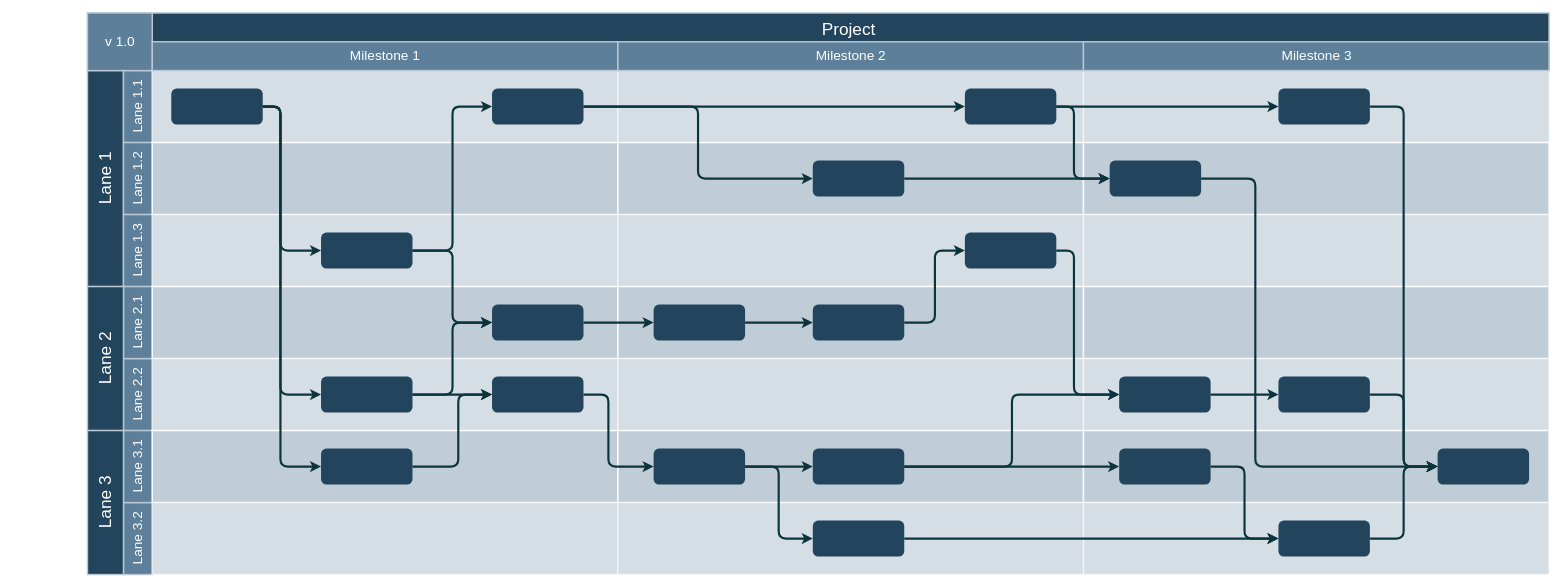
Above: 未命名圖表.drawio in s26849/test (draw.io), before the change. Source tidied: cells renumbered, new cells numbered last; positions are measured from the earlier drawing's top-left corner, leaving out a move shared by most shapes. Both pictures are drawn from the tidied source at 72%, with x=0, y=0 at pixel (87, 12).
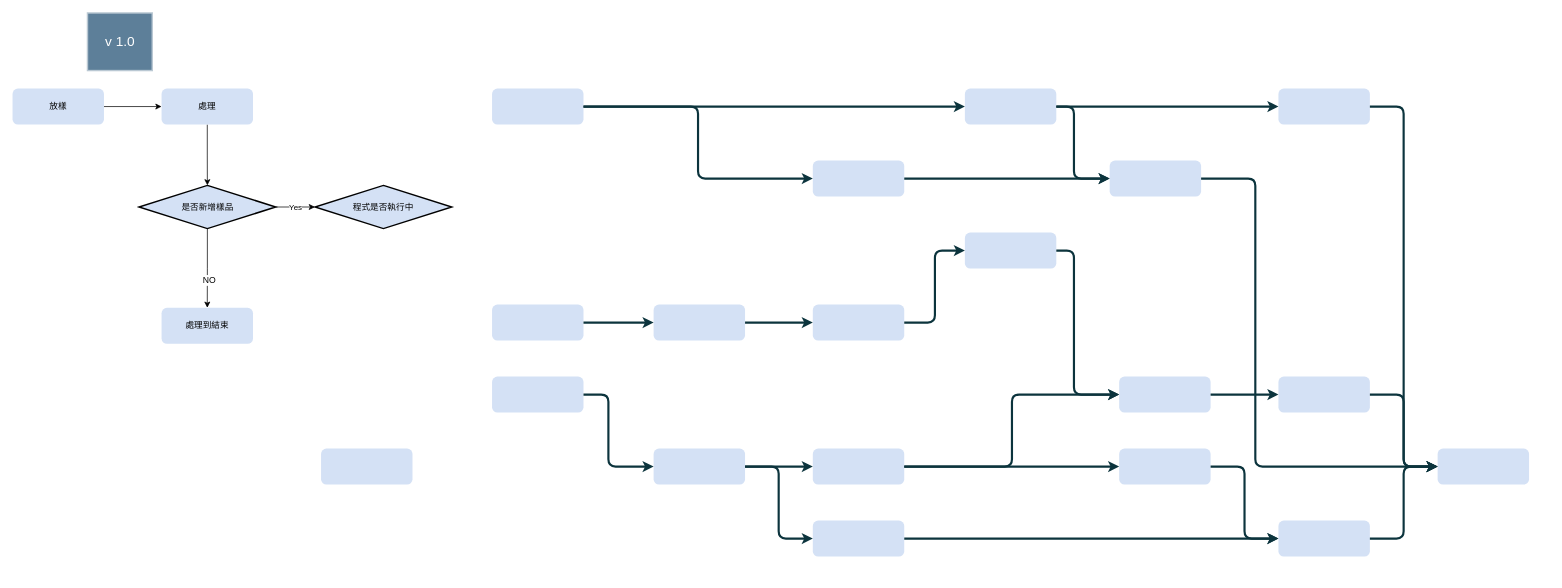
Above is the later version.

Diff of the diagram source:
```diff
@@
-    <mxCell id="2" value="Project&#10;" style="strokeColor=#BAC8D3;fillColor=#23445D;fontSize=24;strokeWidth=2;fontFamily=Helvetica;html=1;fontColor=#FFFFFF;fontStyle=0;spacingBottom=8;spacingRight=0;spacingLeft=83;" parent="1" vertex="1">
-      <mxGeometry y="0.5" width="2030" height="80" as="geometry" />
-    </mxCell>
-    <mxCell id="3" value="Lane 1" style="strokeColor=#BAC8D3;fillColor=#23445D;fontSize=24;strokeWidth=2;horizontal=0;fontFamily=Helvetica;html=1;fontColor=#FFFFFF;fontStyle=0;" parent="1" vertex="1">
-      <mxGeometry y="80.5" width="50" height="300" as="geometry" />
-    </mxCell>
-    <mxCell id="4" value="Lane 1.1" style="strokeColor=#BAC8D3;fillColor=#5d7f99;fontSize=19;strokeWidth=2;horizontal=0;fontFamily=Helvetica;html=1;labelBackgroundColor=none;fontColor=#FFFFFF;" parent="1" vertex="1">
-      <mxGeometry x="50" y="80.5" width="40" height="100" as="geometry" />
-    </mxCell>
@@
-    <mxCell id="6" value="Lane 1.2" style="strokeColor=#BAC8D3;fillColor=#5d7f99;fontSize=19;strokeWidth=2;horizontal=0;fontFamily=Helvetica;html=1;labelBackgroundColor=none;fontColor=#FFFFFF;" parent="1" vertex="1">
-      <mxGeometry x="50" y="180.5" width="40" height="100" as="geometry" />
-    </mxCell>
-    <mxCell id="7" value="Lane 1.3" style="strokeColor=#BAC8D3;fillColor=#5d7f99;fontSize=19;strokeWidth=2;horizontal=0;fontFamily=Helvetica;html=1;labelBackgroundColor=none;fontColor=#FFFFFF;" parent="1" vertex="1">
-      <mxGeometry x="50" y="280.5" width="40" height="100" as="geometry" />
-    </mxCell>
-    <mxCell id="8" value="Lane 2.2" style="strokeColor=#BAC8D3;fillColor=#5d7f99;fontSize=19;strokeWidth=2;horizontal=0;fontFamily=Helvetica;html=1;labelBackgroundColor=none;fontColor=#FFFFFF;" parent="1" vertex="1">
-      <mxGeometry x="50" y="480.5" width="40" height="100" as="geometry" />
-    </mxCell>
-    <mxCell id="9" value="Lane 2.1" style="strokeColor=#BAC8D3;fillColor=#5d7f99;fontSize=19;strokeWidth=2;horizontal=0;fontFamily=Helvetica;html=1;labelBackgroundColor=none;fontColor=#FFFFFF;" parent="1" vertex="1">
-      <mxGeometry x="50" y="380.5" width="40" height="100" as="geometry" />
-    </mxCell>
-    <mxCell id="10" value="Lane 2" style="strokeColor=#BAC8D3;fillColor=#23445D;fontSize=24;strokeWidth=2;horizontal=0;fontFamily=Helvetica;html=1;fontColor=#FFFFFF;fontStyle=0;" parent="1" vertex="1">
-      <mxGeometry y="380.5" width="50" height="200" as="geometry" />
-    </mxCell>
-    <mxCell id="11" value="Lane 3.2" style="strokeColor=#BAC8D3;fillColor=#5d7f99;fontSize=19;strokeWidth=2;horizontal=0;fontFamily=Helvetica;html=1;labelBackgroundColor=none;fontColor=#FFFFFF;" parent="1" vertex="1">
-      <mxGeometry x="50" y="680.5" width="40" height="100" as="geometry" />
-    </mxCell>
-    <mxCell id="12" value="Lane 3.1" style="strokeColor=#BAC8D3;fillColor=#5d7f99;fontSize=19;strokeWidth=2;horizontal=0;fontFamily=Helvetica;html=1;labelBackgroundColor=none;fontColor=#FFFFFF;" parent="1" vertex="1">
-      <mxGeometry x="50" y="580.5" width="40" height="100" as="geometry" />
-    </mxCell>
-    <mxCell id="13" value="Lane 3" style="strokeColor=#BAC8D3;fillColor=#23445D;fontSize=24;strokeWidth=2;horizontal=0;fontFamily=Helvetica;html=1;fontColor=#FFFFFF;fontStyle=0;" parent="1" vertex="1">
-      <mxGeometry y="580.5" width="50" height="200" as="geometry" />
-    </mxCell>
-    <mxCell id="14" style="strokeColor=#FFFFFF;fillColor=#BAC8D3;fontSize=18;strokeWidth=2;fontFamily=Helvetica;html=1;opacity=60;" parent="1" vertex="1">
-      <mxGeometry x="90" y="80.5" width="646.7" height="100" as="geometry" />
-    </mxCell>
-    <mxCell id="15" style="strokeColor=#FFFFFF;fillColor=#BAC8D3;fontSize=18;strokeWidth=2;fontFamily=Helvetica;html=1;opacity=90;" parent="1" vertex="1">
-      <mxGeometry x="90" y="180.5" width="646.7" height="100" as="geometry" />
-    </mxCell>
-    <mxCell id="16" style="strokeColor=#FFFFFF;fillColor=#BAC8D3;fontSize=18;strokeWidth=2;fontFamily=Helvetica;html=1;opacity=60;" parent="1" vertex="1">
-      <mxGeometry x="90" y="280.5" width="646.7" height="100" as="geometry" />
-    </mxCell>
-    <mxCell id="17" style="strokeColor=#FFFFFF;fillColor=#BAC8D3;fontSize=18;strokeWidth=2;fontFamily=Helvetica;html=1;opacity=90;" parent="1" vertex="1">
-      <mxGeometry x="90" y="380.5" width="646.7" height="100" as="geometry" />
-    </mxCell>
-    <mxCell id="18" style="strokeColor=#FFFFFF;fillColor=#BAC8D3;fontSize=18;strokeWidth=2;fontFamily=Helvetica;html=1;opacity=60;" parent="1" vertex="1">
-      <mxGeometry x="90" y="480.5" width="646.7" height="100" as="geometry" />
-    </mxCell>
-    <mxCell id="19" style="strokeColor=#FFFFFF;fillColor=#BAC8D3;fontSize=18;strokeWidth=2;fontFamily=Helvetica;html=1;opacity=90;" parent="1" vertex="1">
-      <mxGeometry x="90" y="580.5" width="646.7" height="100" as="geometry" />
-    </mxCell>
-    <mxCell id="20" style="strokeColor=#FFFFFF;fillColor=#BAC8D3;fontSize=18;strokeWidth=2;fontFamily=Helvetica;html=1;opacity=60;" parent="1" vertex="1">
-      <mxGeometry x="90" y="680.5" width="646.7" height="100" as="geometry" />
-    </mxCell>
-    <mxCell id="21" style="strokeColor=#FFFFFF;fillColor=#BAC8D3;fontSize=18;strokeWidth=2;fontFamily=Helvetica;html=1;opacity=60;" parent="1" vertex="1">
-      <mxGeometry x="736.7" y="80.5" width="647" height="100" as="geometry" />
-    </mxCell>
-    <mxCell id="22" style="strokeColor=#FFFFFF;fillColor=#BAC8D3;fontSize=18;strokeWidth=2;fontFamily=Helvetica;html=1;opacity=90;" parent="1" vertex="1">
-      <mxGeometry x="736.7" y="180.5" width="646.7" height="100" as="geometry" />
-    </mxCell>
-    <mxCell id="23" style="strokeColor=#FFFFFF;fillColor=#BAC8D3;fontSize=18;strokeWidth=2;fontFamily=Helvetica;html=1;opacity=60;" parent="1" vertex="1">
-      <mxGeometry x="736.7" y="280.5" width="646.7" height="100" as="geometry" />
-    </mxCell>
-    <mxCell id="24" style="strokeColor=#FFFFFF;fillColor=#BAC8D3;fontSize=18;strokeWidth=2;fontFamily=Helvetica;html=1;opacity=90;" parent="1" vertex="1">
-      <mxGeometry x="736.7" y="380.5" width="646.7" height="100" as="geometry" />
-    </mxCell>
-    <mxCell id="25" style="strokeColor=#FFFFFF;fillColor=#BAC8D3;fontSize=18;strokeWidth=2;fontFamily=Helvetica;html=1;opacity=60;" parent="1" vertex="1">
-      <mxGeometry x="736.7" y="480.5" width="646.7" height="100" as="geometry" />
-    </mxCell>
-    <mxCell id="26" style="strokeColor=#FFFFFF;fillColor=#BAC8D3;fontSize=18;strokeWidth=2;fontFamily=Helvetica;html=1;opacity=90;" parent="1" vertex="1">
-      <mxGeometry x="736.7" y="580.5" width="646.7" height="100" as="geometry" />
-    </mxCell>
-    <mxCell id="27" style="strokeColor=#FFFFFF;fillColor=#BAC8D3;fontSize=18;strokeWidth=2;fontFamily=Helvetica;html=1;opacity=60;fontStyle=4;" parent="1" vertex="1">
-      <mxGeometry x="736.7" y="680.5" width="646.7" height="100" as="geometry" />
-    </mxCell>
-    <mxCell id="28" style="strokeColor=#FFFFFF;fillColor=#BAC8D3;fontSize=18;strokeWidth=2;fontFamily=Helvetica;html=1;opacity=60;" parent="1" vertex="1">
-      <mxGeometry x="1383.3" y="80.5" width="647" height="100" as="geometry" />
-    </mxCell>
-    <mxCell id="29" style="strokeColor=#FFFFFF;fillColor=#BAC8D3;fontSize=18;strokeWidth=2;fontFamily=Helvetica;html=1;opacity=90;" parent="1" vertex="1">
-      <mxGeometry x="1383.3" y="180.5" width="646.7" height="100" as="geometry" />
-    </mxCell>
-    <mxCell id="30" style="strokeColor=#FFFFFF;fillColor=#BAC8D3;fontSize=18;strokeWidth=2;fontFamily=Helvetica;html=1;opacity=60;" parent="1" vertex="1">
-      <mxGeometry x="1383.3" y="280.5" width="646.7" height="100" as="geometry" />
-    </mxCell>
-    <mxCell id="31" style="strokeColor=#FFFFFF;fillColor=#BAC8D3;fontSize=18;strokeWidth=2;fontFamily=Helvetica;html=1;opacity=90;" parent="1" vertex="1">
-      <mxGeometry x="1383.3" y="380.5" width="646.7" height="100" as="geometry" />
-    </mxCell>
-    <mxCell id="32" style="strokeColor=#FFFFFF;fillColor=#BAC8D3;fontSize=18;strokeWidth=2;fontFamily=Helvetica;html=1;opacity=60;" parent="1" vertex="1">
-      <mxGeometry x="1383.3" y="480.5" width="646.7" height="100" as="geometry" />
-    </mxCell>
-    <mxCell id="33" style="strokeColor=#FFFFFF;fillColor=#BAC8D3;fontSize=18;strokeWidth=2;fontFamily=Helvetica;html=1;opacity=90;" parent="1" vertex="1">
-      <mxGeometry x="1383.3" y="580.5" width="646.7" height="100" as="geometry" />
-    </mxCell>
-    <mxCell id="34" style="strokeColor=#FFFFFF;fillColor=#BAC8D3;fontSize=18;strokeWidth=2;fontFamily=Helvetica;html=1;opacity=60;fontStyle=4;" parent="1" vertex="1">
-      <mxGeometry x="1383.3" y="680.5" width="646.7" height="100" as="geometry" />
-    </mxCell>
-    <mxCell id="35" style="edgeStyle=orthogonalEdgeStyle;rounded=1;jumpStyle=none;html=1;exitX=1;exitY=0.5;entryX=0;entryY=0.5;labelBackgroundColor=#ffffff;startArrow=none;startFill=0;endArrow=classic;jettySize=auto;strokeColor=#0C343D;strokeWidth=3;fontFamily=Helvetica;fontSize=11;fontColor=#000000;" parent="1" edge="1" source="36" target="38">
-      <mxGeometry relative="1" as="geometry">
-        <Array as="points">
-          <mxPoint x="268" y="130.5" />
-          <mxPoint x="268" y="330.5" />
-        </Array>
-      </mxGeometry>
-    </mxCell>
-    <mxCell id="36" style="rounded=1;fillColor=#23445D;strokeColor=none;strokeWidth=2;fontFamily=Helvetica;html=1;gradientColor=none;" parent="1" vertex="1">
-      <mxGeometry x="116.4" y="105.5" width="127" height="50" as="geometry" />
-    </mxCell>
-    <mxCell id="37" style="rounded=1;fillColor=#23445D;strokeColor=none;strokeWidth=2;fontFamily=Helvetica;html=1;gradientColor=none;" parent="1" vertex="1">
+    <mxCell id="37" style="rounded=1;fillColor=#D4E1F5;strokeColor=none;strokeWidth=2;fontFamily=Helvetica;html=1;gradientColor=none;" parent="1" vertex="1">
       <mxGeometry x="561.9" y="105.5" width="127" height="50" as="geometry" />
     </mxCell>
-    <mxCell id="38" style="rounded=1;fillColor=#23445D;strokeColor=none;strokeWidth=2;fontFamily=Helvetica;html=1;gradientColor=none;" parent="1" vertex="1">
-      <mxGeometry x="324.4" y="305.5" width="127" height="50" as="geometry" />
+    <mxCell id="38" value="處理到結束" style="rounded=1;fillColor=#D4E1F5;strokeColor=none;strokeWidth=2;fontFamily=Helvetica;html=1;gradientColor=none;" parent="1" vertex="1">
+      <mxGeometry x="102.9" y="410" width="127" height="50" as="geometry" />
     </mxCell>
-    <mxCell id="39" style="rounded=1;fillColor=#23445D;strokeColor=none;strokeWidth=2;fontFamily=Helvetica;html=1;gradientColor=none;" parent="1" vertex="1">
+    <mxCell id="39" style="rounded=1;fillColor=#D4E1F5;strokeColor=none;strokeWidth=2;fontFamily=Helvetica;html=1;gradientColor=none;" parent="1" vertex="1">
       <mxGeometry x="561.9" y="405.5" width="127" height="50" as="geometry" />
     </mxCell>
-    <mxCell id="40" style="rounded=1;fillColor=#23445D;strokeColor=none;strokeWidth=2;fontFamily=Helvetica;html=1;gradientColor=none;" parent="1" vertex="1">
+    <mxCell id="40" style="rounded=1;fillColor=#D4E1F5;strokeColor=none;strokeWidth=2;fontFamily=Helvetica;html=1;gradientColor=none;" parent="1" vertex="1">
       <mxGeometry x="561.9" y="505.5" width="127" height="50" as="geometry" />
     </mxCell>
-    <mxCell id="41" style="rounded=1;fillColor=#23445D;strokeColor=none;strokeWidth=2;fontFamily=Helvetica;html=1;gradientColor=none;" parent="1" vertex="1">
+    <mxCell id="41" style="rounded=1;fillColor=#D4E1F5;strokeColor=none;strokeWidth=2;fontFamily=Helvetica;html=1;gradientColor=none;" parent="1" vertex="1">
       <mxGeometry x="324.4" y="605.5" width="127" height="50" as="geometry" />
     </mxCell>
-    <mxCell id="42" style="rounded=1;fillColor=#23445D;strokeColor=none;strokeWidth=2;fontFamily=Helvetica;html=1;gradientColor=none;" parent="1" vertex="1">
-      <mxGeometry x="324.4" y="505.5" width="127" height="50" as="geometry" />
-    </mxCell>
-    <mxCell id="43" style="rounded=1;fillColor=#23445D;strokeColor=none;strokeWidth=2;fontFamily=Helvetica;html=1;gradientColor=none;" parent="1" vertex="1">
+    <mxCell id="43" style="rounded=1;fillColor=#D4E1F5;strokeColor=none;strokeWidth=2;fontFamily=Helvetica;html=1;gradientColor=none;" parent="1" vertex="1">
       <mxGeometry x="1007.4" y="205.5" width="127" height="50" as="geometry" />
     </mxCell>
-    <mxCell id="44" style="rounded=1;fillColor=#23445D;strokeColor=none;strokeWidth=2;fontFamily=Helvetica;html=1;gradientColor=none;" parent="1" vertex="1">
+    <mxCell id="44" style="rounded=1;fillColor=#D4E1F5;strokeColor=none;strokeWidth=2;fontFamily=Helvetica;html=1;gradientColor=none;" parent="1" vertex="1">
       <mxGeometry x="1218.6" y="105.5" width="127" height="50" as="geometry" />
     </mxCell>
-    <mxCell id="45" style="rounded=1;fillColor=#23445D;strokeColor=none;strokeWidth=2;gradientColor=none;fontFamily=Helvetica;html=1;" parent="1" vertex="1">
+    <mxCell id="45" style="rounded=1;fillColor=#D4E1F5;strokeColor=none;strokeWidth=2;gradientColor=none;fontFamily=Helvetica;html=1;" parent="1" vertex="1">
       <mxGeometry x="1875.2" y="605.5" width="127" height="50" as="geometry" />
     </mxCell>
-    <mxCell id="46" style="rounded=1;fillColor=#23445D;strokeColor=none;strokeWidth=2;fontFamily=Helvetica;html=1;gradientColor=none;" parent="1" vertex="1">
+    <mxCell id="46" style="rounded=1;fillColor=#D4E1F5;strokeColor=none;strokeWidth=2;fontFamily=Helvetica;html=1;gradientColor=none;" parent="1" vertex="1">
       <mxGeometry x="1007.4" y="405.5" width="127" height="50" as="geometry" />
     </mxCell>
-    <mxCell id="47" style="rounded=1;fillColor=#23445D;strokeColor=none;strokeWidth=2;fontFamily=Helvetica;html=1;gradientColor=none;" parent="1" vertex="1">
+    <mxCell id="47" style="rounded=1;fillColor=#D4E1F5;strokeColor=none;strokeWidth=2;fontFamily=Helvetica;html=1;gradientColor=none;" parent="1" vertex="1">
       <mxGeometry x="1007.4" y="705.5" width="127" height="50" as="geometry" />
     </mxCell>
-    <mxCell id="48" style="rounded=1;fillColor=#23445D;strokeColor=none;strokeWidth=2;fontFamily=Helvetica;html=1;gradientColor=none;" parent="1" vertex="1">
+    <mxCell id="48" style="rounded=1;fillColor=#D4E1F5;strokeColor=none;strokeWidth=2;fontFamily=Helvetica;html=1;gradientColor=none;" parent="1" vertex="1">
       <mxGeometry x="786.3" y="605.5" width="127" height="50" as="geometry" />
     </mxCell>
-    <mxCell id="49" style="rounded=1;fillColor=#23445D;strokeColor=none;strokeWidth=2;fontFamily=Helvetica;html=1;gradientColor=none;" parent="1" vertex="1">
+    <mxCell id="49" style="rounded=1;fillColor=#D4E1F5;strokeColor=none;strokeWidth=2;fontFamily=Helvetica;html=1;gradientColor=none;" parent="1" vertex="1">
       <mxGeometry x="1007.4" y="605.5" width="127" height="50" as="geometry" />
     </mxCell>
-    <mxCell id="50" style="rounded=1;fillColor=#23445D;strokeColor=none;strokeWidth=2;fontFamily=Helvetica;html=1;gradientColor=none;" parent="1" vertex="1">
+    <mxCell id="50" style="rounded=1;fillColor=#D4E1F5;strokeColor=none;strokeWidth=2;fontFamily=Helvetica;html=1;gradientColor=none;" parent="1" vertex="1">
       <mxGeometry x="786.3" y="405.5" width="127" height="50" as="geometry" />
     </mxCell>
-    <mxCell id="51" style="rounded=1;fillColor=#23445D;strokeColor=none;strokeWidth=2;fontFamily=Helvetica;html=1;gradientColor=none;" parent="1" vertex="1">
+    <mxCell id="51" style="rounded=1;fillColor=#D4E1F5;strokeColor=none;strokeWidth=2;fontFamily=Helvetica;html=1;gradientColor=none;" parent="1" vertex="1">
       <mxGeometry x="1218.6" y="305.5" width="127" height="50" as="geometry" />
     </mxCell>
-    <mxCell id="52" style="rounded=1;fillColor=#23445D;strokeColor=none;strokeWidth=2;gradientColor=none;fontFamily=Helvetica;html=1;" parent="1" vertex="1">
+    <mxCell id="52" style="rounded=1;fillColor=#D4E1F5;strokeColor=none;strokeWidth=2;gradientColor=none;fontFamily=Helvetica;html=1;" parent="1" vertex="1">
       <mxGeometry x="1432.9" y="505.5" width="127" height="50" as="geometry" />
     </mxCell>
-    <mxCell id="53" style="rounded=1;fillColor=#23445D;strokeColor=none;strokeWidth=2;gradientColor=none;fontFamily=Helvetica;html=1;" parent="1" vertex="1">
+    <mxCell id="53" style="rounded=1;fillColor=#D4E1F5;strokeColor=none;strokeWidth=2;gradientColor=none;fontFamily=Helvetica;html=1;" parent="1" vertex="1">
       <mxGeometry x="1654.1" y="505.5" width="127" height="50" as="geometry" />
     </mxCell>
-    <mxCell id="54" style="rounded=1;fillColor=#23445D;strokeColor=none;strokeWidth=2;gradientColor=none;fontFamily=Helvetica;html=1;" parent="1" vertex="1">
+    <mxCell id="54" style="rounded=1;fillColor=#D4E1F5;strokeColor=none;strokeWidth=2;gradientColor=none;fontFamily=Helvetica;html=1;" parent="1" vertex="1">
       <mxGeometry x="1419.7" y="205.5" width="127" height="50" as="geometry" />
     </mxCell>
-    <mxCell id="55" style="rounded=1;fillColor=#23445D;strokeColor=none;strokeWidth=2;gradientColor=none;fontFamily=Helvetica;html=1;" parent="1" vertex="1">
+    <mxCell id="55" style="rounded=1;fillColor=#D4E1F5;strokeColor=none;strokeWidth=2;gradientColor=none;fontFamily=Helvetica;html=1;" parent="1" vertex="1">
       <mxGeometry x="1432.9" y="605.5" width="127" height="50" as="geometry" />
     </mxCell>
-    <mxCell id="56" style="rounded=1;fillColor=#23445D;strokeColor=none;strokeWidth=2;gradientColor=none;fontFamily=Helvetica;html=1;" parent="1" vertex="1">
+    <mxCell id="56" style="rounded=1;fillColor=#D4E1F5;strokeColor=none;strokeWidth=2;gradientColor=none;fontFamily=Helvetica;html=1;" parent="1" vertex="1">
       <mxGeometry x="1654.1" y="705.5" width="127" height="50" as="geometry" />
     </mxCell>
-    <mxCell id="57" style="rounded=1;fillColor=#23445D;strokeColor=none;strokeWidth=2;gradientColor=none;fontFamily=Helvetica;html=1;" parent="1" vertex="1">
+    <mxCell id="57" style="rounded=1;fillColor=#D4E1F5;strokeColor=none;strokeWidth=2;gradientColor=none;fontFamily=Helvetica;html=1;" parent="1" vertex="1">
       <mxGeometry x="1654.1" y="105.5" width="127" height="50" as="geometry" />
     </mxCell>
-    <mxCell id="58" style="edgeStyle=elbowEdgeStyle;elbow=horizontal;strokeWidth=3;strokeColor=#0C343D;fontFamily=Helvetica;html=1;" parent="1" edge="1" source="36" target="42">
-      <mxGeometry x="6.4" y="830.5" as="geometry">
-        <Array as="points">
-          <mxPoint x="268" y="343.5" />
-        </Array>
-      </mxGeometry>
-    </mxCell>
-    <mxCell id="59" style="edgeStyle=elbowEdgeStyle;elbow=horizontal;strokeWidth=3;strokeColor=#0C343D;fontFamily=Helvetica;html=1;" parent="1" edge="1" source="36" target="41">
-      <mxGeometry x="6.4" y="830.5" as="geometry">
-        <Array as="points">
-          <mxPoint x="268" y="252.5" />
-        </Array>
-      </mxGeometry>
-    </mxCell>
-    <mxCell id="60" style="edgeStyle=elbowEdgeStyle;elbow=horizontal;strokeWidth=3;strokeColor=#0C343D;fontFamily=Helvetica;html=1;" parent="1" edge="1" source="38" target="37">
-      <mxGeometry x="6.4" y="830.5" as="geometry" />
-    </mxCell>
-    <mxCell id="61" style="edgeStyle=elbowEdgeStyle;elbow=horizontal;strokeWidth=3;strokeColor=#0C343D;fontFamily=Helvetica;html=1;" parent="1" edge="1" source="38" target="39">
-      <mxGeometry x="6.4" y="830.5" as="geometry" />
-    </mxCell>
-    <mxCell id="62" style="edgeStyle=elbowEdgeStyle;elbow=horizontal;strokeWidth=3;strokeColor=#0C343D;fontFamily=Helvetica;html=1;" parent="1" edge="1" source="42" target="39">
-      <mxGeometry x="6.4" y="830.5" as="geometry" />
-    </mxCell>
-    <mxCell id="63" style="edgeStyle=elbowEdgeStyle;elbow=horizontal;strokeWidth=3;strokeColor=#0C343D;fontFamily=Helvetica;html=1;" parent="1" edge="1" source="42" target="40">
-      <mxGeometry x="6.4" y="830.5" as="geometry" />
-    </mxCell>
-    <mxCell id="64" style="edgeStyle=elbowEdgeStyle;elbow=horizontal;strokeWidth=3;strokeColor=#0C343D;fontFamily=Helvetica;html=1;" parent="1" edge="1" source="41" target="40">
-      <mxGeometry x="6.4" y="830.5" as="geometry">
-        <Array as="points">
-          <mxPoint x="515" y="584.5" />
-        </Array>
-      </mxGeometry>
-    </mxCell>
@@
-    <mxCell id="86" style="group;" parent="1" vertex="1">
-      <mxGeometry x="90" y="40.5" width="646.7" height="40" as="geometry" />
-    </mxCell>
-    <mxCell id="87" value="Milestone 1" style="strokeColor=#BAC8D3;fillColor=#5d7f99;fontSize=19;strokeWidth=2;fontFamily=Helvetica;html=1;labelBackgroundColor=none;fontColor=#FFFFFF;" parent="86" vertex="1">
-      <mxGeometry width="646.7" height="40" as="geometry" />
-    </mxCell>
-    <mxCell id="88" value="Milestone 2" style="strokeColor=#BAC8D3;fillColor=#5d7f99;fontSize=19;strokeWidth=2;fontFamily=Helvetica;html=1;labelBackgroundColor=none;fontColor=#FFFFFF;" parent="86" vertex="1">
-      <mxGeometry x="646.7" width="646.7" height="40" as="geometry" />
-    </mxCell>
-    <mxCell id="89" value="Milestone 3" style="strokeColor=#BAC8D3;fillColor=#5d7f99;fontSize=19;strokeWidth=2;fontFamily=Helvetica;html=1;labelBackgroundColor=none;fontColor=#FFFFFF;" parent="86" vertex="1">
-      <mxGeometry x="1293.3" width="646.7" height="40" as="geometry" />
-    </mxCell>
+    <mxCell id="90" style="edgeStyle=orthogonalEdgeStyle;rounded=0;jettySize=auto;html=1;" parent="1" edge="1" source="91" target="93">
+      <mxGeometry relative="1" as="geometry" />
+    </mxCell>
+    <mxCell id="91" value="放樣" style="rounded=1;fillColor=#D4E1F5;strokeColor=none;strokeWidth=2;fontFamily=Helvetica;html=1;gradientColor=none;" parent="1" vertex="1">
+      <mxGeometry x="-104.1" y="105.5" width="127" height="50" as="geometry" />
+    </mxCell>
+    <mxCell id="92" style="edgeStyle=orthogonalEdgeStyle;rounded=0;jettySize=auto;html=1;" parent="1" edge="1" source="93" target="97">
+      <mxGeometry relative="1" as="geometry" />
+    </mxCell>
+    <mxCell id="93" value="處理" style="rounded=1;fillColor=#D4E1F5;strokeColor=none;strokeWidth=2;fontFamily=Helvetica;html=1;gradientColor=none;" parent="1" vertex="1">
+      <mxGeometry x="102.9" y="105.5" width="127" height="50" as="geometry" />
+    </mxCell>
+    <mxCell id="94" style="edgeStyle=orthogonalEdgeStyle;rounded=0;jettySize=auto;html=1;entryX=0.5;entryY=0;entryDx=0;entryDy=0;" parent="1" edge="1" source="97" target="38">
+      <mxGeometry relative="1" as="geometry" />
+    </mxCell>
+    <mxCell id="95" value="NO" style="text;html=1;align=center;verticalAlign=middle;labelBackgroundColor=#ffffff;" parent="94" vertex="1">
+      <mxGeometry x="0.31" y="2" relative="1" as="geometry" />
+    </mxCell>
+    <mxCell id="96" value="Yes" style="edgeStyle=orthogonalEdgeStyle;rounded=0;jettySize=auto;html=1;entryX=0;entryY=0.5;entryDx=0;entryDy=0;entryPerimeter=0;" parent="1" edge="1" source="97" target="98">
+      <mxGeometry relative="1" as="geometry" />
+    </mxCell>
+    <mxCell id="97" value="是否新增樣品" style="strokeWidth=2;html=1;shape=mxgraph.flowchart.decision;whiteSpace=wrap;fillColor=#D4E1F5;" parent="1" vertex="1">
+      <mxGeometry x="71.5" y="240" width="190" height="60" as="geometry" />
+    </mxCell>
+    <mxCell id="98" value="程式是否執行中" style="strokeWidth=2;html=1;shape=mxgraph.flowchart.decision;whiteSpace=wrap;fillColor=#D4E1F5;" parent="1" vertex="1">
+      <mxGeometry x="316" y="240" width="190" height="60" as="geometry" />
+    </mxCell>
```
